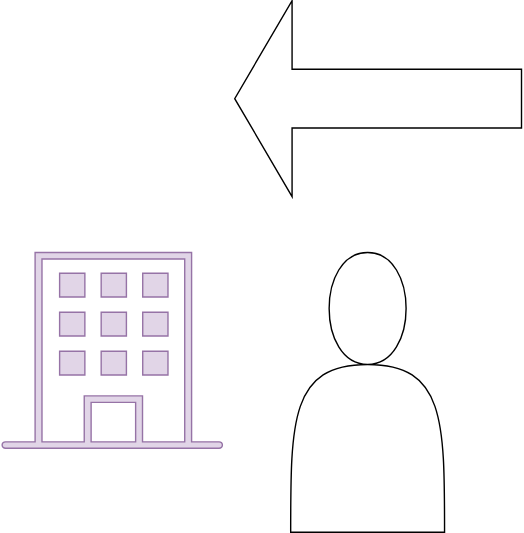
Above: test.drawio.svg in dasc345/ADS-HOME-PAGE (draw.io), before the change. Source tidied: cells renumbered, new cells last; positions are measured from the earlier drawing's top-left corner, leaving out a move shared by most shapes.
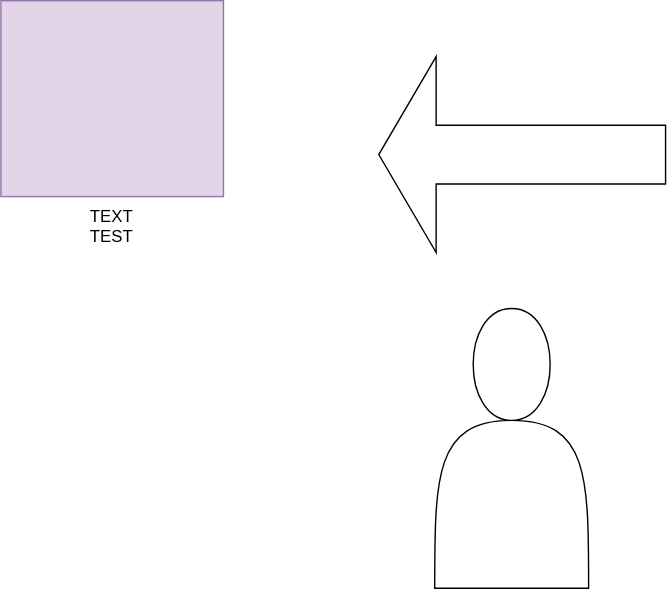
The same file after the commit.

Diff of the diagram source:
```diff
@@ -2,8 +2,8 @@
   <root>
     <mxCell id="0" />
     <mxCell id="1" parent="0" />
-    <mxCell id="2" style="sketch=0;shadow=0;dashed=0;html=1;strokeColor=#9673a6;fillColor=#e1d5e7;labelPosition=center;verticalLabelPosition=bottom;verticalAlign=top;align=center;shape=mxgraph.vvd.site;" parent="1" vertex="1">
-      <mxGeometry x="-0.1" y="180" width="159.1" height="140" as="geometry" />
+    <mxCell id="2" value="TEXT&lt;br&gt;TEST" style="sketch=0;shadow=0;dashed=0;html=1;strokeColor=#9673a6;fillColor=#e1d5e7;labelPosition=center;verticalLabelPosition=bottom;verticalAlign=top;align=center;shape=mxgraph.vvd.site;" parent="1" vertex="1">
+      <mxGeometry x="-103.1" y="-40" width="159.1" height="140" as="geometry" />
     </mxCell>
     <mxCell id="3" style="shape=actor;whiteSpace=wrap;html=1;" parent="1" vertex="1">
       <mxGeometry x="207" y="180" width="110" height="200" as="geometry" />
```
